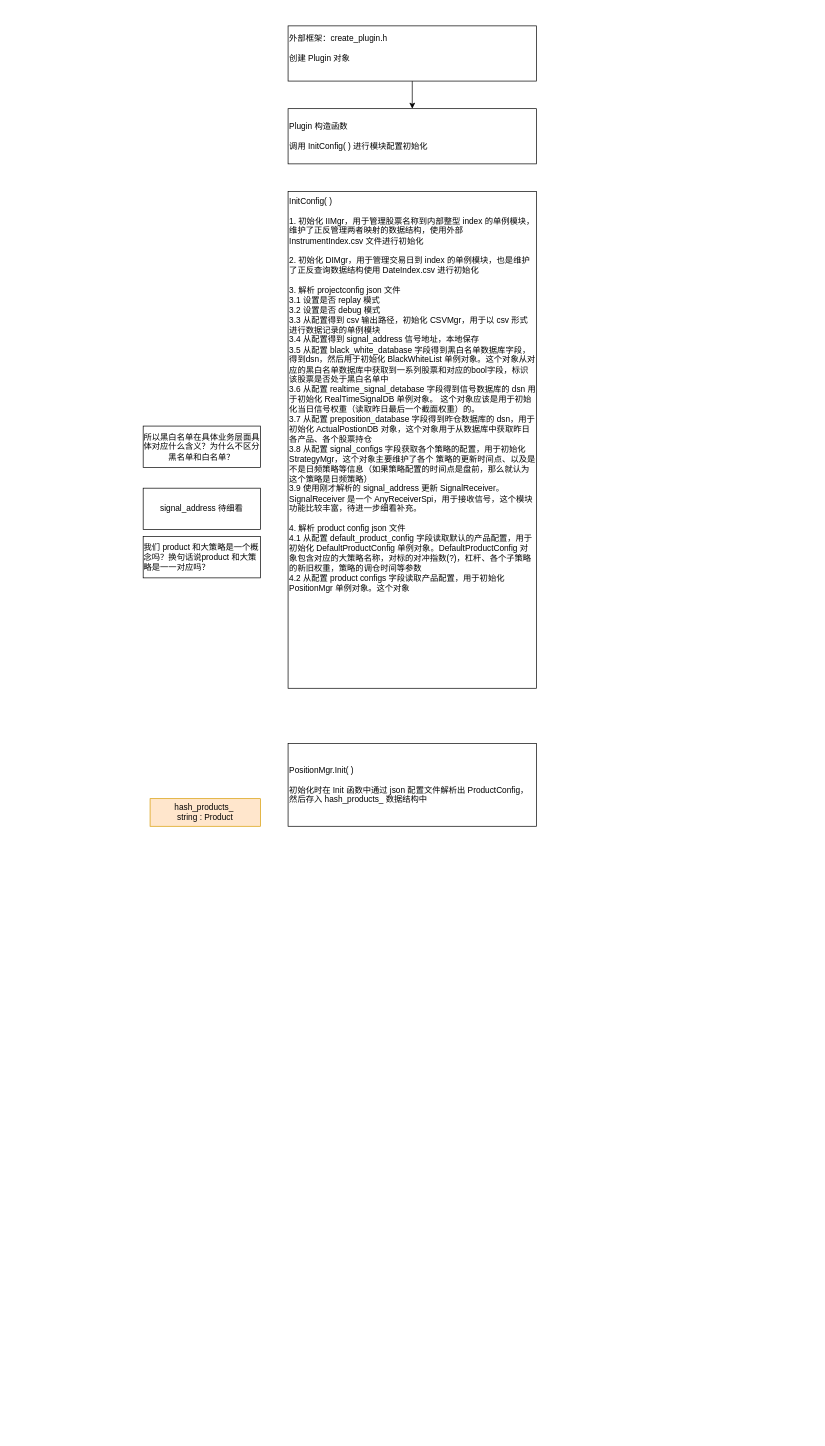
Above: page "流程" (2 of 2) of mario.drawio in zhaxd123/drawio (draw.io), before the change. Source tidied: cells renumbered, new cells numbered last; positions are measured from the earlier drawing's top-left corner, leaving out a move shared by most shapes. Both pictures are drawn from the tidied source at 69%, with x=0, y=0 at pixel (143, 26).
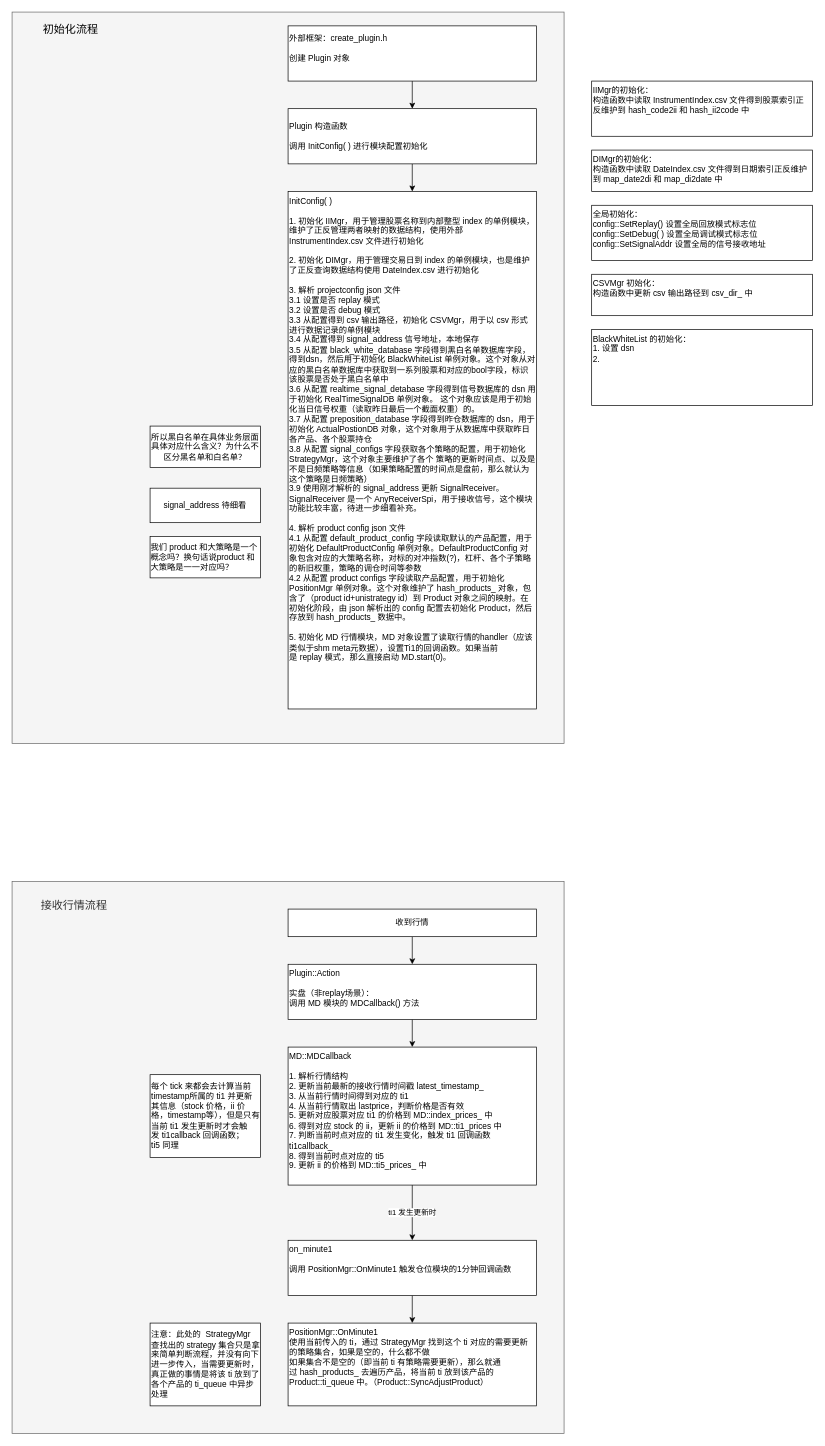
After the change.

The change refers to these unchanged cells:
```xml
<mxCell id="4" value="Plugin&amp;nbsp;构造函数&lt;div&gt;&lt;br&gt;&lt;/div&gt;&lt;div&gt;调用 InitConfig( )&amp;nbsp;进行模块配置初始化&lt;/div&gt;" style="rounded=0;whiteSpace=wrap;html=1;align=left;" parent="1" vertex="1">
  <mxGeometry x="210" y="120" width="360" height="80" as="geometry" />
</mxCell>
```

The edit, as a diff of the source:
```diff
@@
-    <mxCell id="2" value="PositionMgr.Init( )&lt;div&gt;&lt;div&gt;&lt;br&gt;&lt;/div&gt;&lt;div&gt;初始化时在 Init 函数中通过 json 配置文件解析出&amp;nbsp;ProductConfig，然后存入&amp;nbsp;hash_products_&amp;nbsp;数据结构中&amp;nbsp;&lt;/div&gt;&lt;/div&gt;" style="rounded=0;whiteSpace=wrap;html=1;align=left;" parent="1" vertex="1">
-      <mxGeometry x="210" y="1040" width="360" height="120" as="geometry" />
-    </mxCell>
-    <mxCell id="3" value="&lt;span style=&quot;text-align: left;&quot;&gt;hash_products_&amp;nbsp;&lt;/span&gt;&lt;div&gt;&lt;span style=&quot;text-align: left;&quot;&gt;string : Product&lt;/span&gt;&lt;/div&gt;" style="rounded=0;whiteSpace=wrap;html=1;fillColor=#ffe6cc;strokeColor=#d79b00;" parent="1" vertex="1">
-      <mxGeometry x="10" y="1120" width="160" height="40" as="geometry" />
-    </mxCell>
+    <mxCell id="11" style="rounded=0;whiteSpace=wrap;html=1;fillColor=#f5f5f5;fontColor=#333333;strokeColor=#666666;align=left;verticalAlign=top;" parent="1" vertex="1">
+      <mxGeometry x="-190" y="1240" width="800" height="800" as="geometry" />
+    </mxCell>
+    <mxCell id="12" style="rounded=0;whiteSpace=wrap;html=1;fillColor=#f5f5f5;fontColor=#333333;strokeColor=#666666;" parent="1" vertex="1">
+      <mxGeometry x="-190" y="-20" width="800" height="1060" as="geometry" />
+    </mxCell>
+    <mxCell id="13" style="edgeStyle=orthogonalEdgeStyle;rounded=0;jettySize=auto;html=1;" parent="1" edge="1" source="4" target="7">
+      <mxGeometry relative="1" as="geometry" />
+    </mxCell>
@@
-    <mxCell id="7" value="&lt;div&gt;InitConfig( )&lt;/div&gt;&lt;div&gt;&lt;br&gt;&lt;/div&gt;&lt;div&gt;1.&amp;nbsp;初始化 IIMgr，用于管理股票名称到内部整型 index&amp;nbsp;的单例模块，维护了正反管理两者映射的数据结构，使用外部 InstrumentIndex.csv&amp;nbsp;文件进行初始化&lt;/div&gt;&lt;div&gt;&lt;br&gt;&lt;/div&gt;&lt;div&gt;2.&amp;nbsp;初始化 DIMgr，用于管理交易日到&amp;nbsp;index&amp;nbsp;的单例模块，也是维护了正反&lt;span style=&quot;background-color: transparent; color: light-dark(rgb(0, 0, 0), rgb(255, 255, 255));&quot;&gt;查询&lt;/span&gt;&lt;span style=&quot;background-color: transparent; color: light-dark(rgb(0, 0, 0), rgb(255, 255, 255));&quot;&gt;数据结构使用 DateIndex.csv&amp;nbsp;进行初始化&lt;/span&gt;&lt;/div&gt;&lt;div&gt;&lt;span style=&quot;background-color: transparent; color: light-dark(rgb(0, 0, 0), rgb(255, 255, 255));&quot;&gt;&lt;br&gt;&lt;/span&gt;&lt;/div&gt;&lt;div&gt;&lt;span style=&quot;background-color: transparent; color: light-dark(rgb(0, 0, 0), rgb(255, 255, 255));&quot;&gt;3.&amp;nbsp;解析&amp;nbsp;projectconfig&amp;nbsp;json&amp;nbsp;文件&lt;/span&gt;&lt;/div&gt;&lt;div&gt;&lt;span style=&quot;background-color: transparent; color: light-dark(rgb(0, 0, 0), rgb(255, 255, 255));&quot;&gt;3.1&amp;nbsp;设置是否 replay&amp;nbsp;模式&lt;/span&gt;&lt;/div&gt;&lt;div&gt;&lt;span style=&quot;background-color: transparent; color: light-dark(rgb(0, 0, 0), rgb(255, 255, 255));&quot;&gt;3.2&amp;nbsp;设置是否&amp;nbsp;debug&amp;nbsp;模式&lt;/span&gt;&lt;/div&gt;&lt;div&gt;&lt;span style=&quot;background-color: transparent; color: light-dark(rgb(0, 0, 0), rgb(255, 255, 255));&quot;&gt;3.3&amp;nbsp;从配置得到 csv&amp;nbsp;输出路径，初始化 CSVMgr，用于以&amp;nbsp;csv&amp;nbsp;形式进行数据记录的单例模块&lt;/span&gt;&lt;/div&gt;&lt;div&gt;&lt;span style=&quot;background-color: transparent; color: light-dark(rgb(0, 0, 0), rgb(255, 255, 255));&quot;&gt;3.4&amp;nbsp;从配置得到&amp;nbsp;signal_address&amp;nbsp;信号地址，本地保存&lt;/span&gt;&lt;/div&gt;&lt;div&gt;&lt;span style=&quot;background-color: transparent; color: light-dark(rgb(0, 0, 0), rgb(255, 255, 255));&quot;&gt;3.5&amp;nbsp;从配置&amp;nbsp;black_white_database&amp;nbsp;字段得到黑白名单数据库字段，得到dsn，然后用于初始化 BlackWhiteList&amp;nbsp;单例对象。这个对象从对应的黑白名单数据库中获取到一系列股票和对应的bool字段，标识该股票是否处于黑白名单中&lt;/span&gt;&lt;/div&gt;&lt;div&gt;&lt;span style=&quot;background-color: transparent; color: light-dark(rgb(0, 0, 0), rgb(255, 255, 255));&quot;&gt;3.6&amp;nbsp;从配置&amp;nbsp;realtime_signal_detabase&amp;nbsp;字段得到信号数据库的 dsn&amp;nbsp;用于初始化 RealTimeSignalDB&amp;nbsp;单例对象。&amp;nbsp;这个对象应该是用于初始化当日信号权重（读取昨日最后一个截面权重）的。&lt;/span&gt;&lt;/div&gt;&lt;div&gt;&lt;span style=&quot;background-color: transparent; color: light-dark(rgb(0, 0, 0), rgb(255, 255, 255));&quot;&gt;3.7&amp;nbsp;从配置 preposition_database&amp;nbsp;字段得到昨仓数据库的 dsn，用于初始化 ActualPostionDB&amp;nbsp;对象，这个对象用于从数据库中获取昨日各产品、各个股票持仓&lt;/span&gt;&lt;/div&gt;&lt;div&gt;&lt;span style=&quot;background-color: transparent; color: light-dark(rgb(0, 0, 0), rgb(255, 255, 255));&quot;&gt;3.8&amp;nbsp;从配置&amp;nbsp;signal_configs&amp;nbsp;字段获取各个策略的配置，用于初始化 StrategyMgr，这个对象主要维护了各个&amp;nbsp;策略的更新时间点、以及是不是日频策略等信息（如果策略配置的时间点是盘前，那么就认为这个策略是日频策略）&lt;/span&gt;&lt;/div&gt;&lt;div&gt;&lt;span style=&quot;background-color: transparent; color: light-dark(rgb(0, 0, 0), rgb(255, 255, 255));&quot;&gt;3.9&amp;nbsp;使用刚才解析的&amp;nbsp;signal_address&amp;nbsp;更新 SignalReceiver。&lt;/span&gt;&lt;span style=&quot;background-color: transparent; color: light-dark(rgb(0, 0, 0), rgb(255, 255, 255));&quot;&gt;SignalReceiver&amp;nbsp;是一个 AnyReceiverSpi，用于接收信号，这个模块功能比较丰富，待进一步细看补充。&lt;/span&gt;&lt;/div&gt;&lt;div&gt;&lt;span style=&quot;background-color: transparent; color: light-dark(rgb(0, 0, 0), rgb(255, 255, 255));&quot;&gt;&lt;br&gt;&lt;/span&gt;&lt;/div&gt;&lt;div&gt;4.&amp;nbsp;解析&amp;nbsp;product&amp;nbsp;config&amp;nbsp;json 文件&lt;/div&gt;&lt;div&gt;4.1&amp;nbsp;从配置&amp;nbsp;default_product_config&amp;nbsp;字段读取默认的产品配置，用于初始化 DefaultProductConfig&amp;nbsp;单例对象。&lt;span style=&quot;background-color: transparent; color: light-dark(rgb(0, 0, 0), rgb(255, 255, 255));&quot;&gt;DefaultProductConfig&amp;nbsp;对象包含对应的大策略名称，对标的对冲指数(?)，杠杆、各个子策略的新旧权重，策略的调仓时间等参数&lt;/span&gt;&lt;/div&gt;&lt;div&gt;4.2&amp;nbsp;从配置&amp;nbsp;product&amp;nbsp;configs&amp;nbsp;字段读取产品配置，用于初始化 PositionMgr&amp;nbsp;单例对象。这个对象&lt;/div&gt;" style="rounded=0;whiteSpace=wrap;html=1;align=left;verticalAlign=top;" parent="1" vertex="1">
-      <mxGeometry x="210" y="240" width="360" height="720" as="geometry" />
+    <mxCell id="7" value="&lt;div&gt;InitConfig( )&lt;/div&gt;&lt;div&gt;&lt;br&gt;&lt;/div&gt;&lt;div&gt;1.&amp;nbsp;初始化 IIMgr，用于管理股票名称到内部整型 index&amp;nbsp;的单例模块，维护了正反管理两者映射的数据结构，使用外部 InstrumentIndex.csv&amp;nbsp;文件进行初始化&lt;/div&gt;&lt;div&gt;&lt;br&gt;&lt;/div&gt;&lt;div&gt;2.&amp;nbsp;初始化 DIMgr，用于管理交易日到&amp;nbsp;index&amp;nbsp;的单例模块，也是维护了正反&lt;span style=&quot;background-color: transparent; color: light-dark(rgb(0, 0, 0), rgb(255, 255, 255));&quot;&gt;查询&lt;/span&gt;&lt;span style=&quot;background-color: transparent; color: light-dark(rgb(0, 0, 0), rgb(255, 255, 255));&quot;&gt;数据结构使用 DateIndex.csv&amp;nbsp;进行初始化&lt;/span&gt;&lt;/div&gt;&lt;div&gt;&lt;span style=&quot;background-color: transparent; color: light-dark(rgb(0, 0, 0), rgb(255, 255, 255));&quot;&gt;&lt;br&gt;&lt;/span&gt;&lt;/div&gt;&lt;div&gt;&lt;span style=&quot;background-color: transparent; color: light-dark(rgb(0, 0, 0), rgb(255, 255, 255));&quot;&gt;3.&amp;nbsp;解析&amp;nbsp;projectconfig&amp;nbsp;json&amp;nbsp;文件&lt;/span&gt;&lt;/div&gt;&lt;div&gt;&lt;span style=&quot;background-color: transparent; color: light-dark(rgb(0, 0, 0), rgb(255, 255, 255));&quot;&gt;3.1&amp;nbsp;设置是否 replay&amp;nbsp;模式&lt;/span&gt;&lt;/div&gt;&lt;div&gt;&lt;span style=&quot;background-color: transparent; color: light-dark(rgb(0, 0, 0), rgb(255, 255, 255));&quot;&gt;3.2&amp;nbsp;设置是否&amp;nbsp;debug&amp;nbsp;模式&lt;/span&gt;&lt;/div&gt;&lt;div&gt;&lt;span style=&quot;background-color: transparent; color: light-dark(rgb(0, 0, 0), rgb(255, 255, 255));&quot;&gt;3.3&amp;nbsp;从配置得到 csv&amp;nbsp;输出路径，初始化 CSVMgr，用于以&amp;nbsp;csv&amp;nbsp;形式进行数据记录的单例模块&lt;/span&gt;&lt;/div&gt;&lt;div&gt;&lt;span style=&quot;background-color: transparent; color: light-dark(rgb(0, 0, 0), rgb(255, 255, 255));&quot;&gt;3.4&amp;nbsp;从配置得到&amp;nbsp;signal_address&amp;nbsp;信号地址，本地保存&lt;/span&gt;&lt;/div&gt;&lt;div&gt;&lt;span style=&quot;background-color: transparent; color: light-dark(rgb(0, 0, 0), rgb(255, 255, 255));&quot;&gt;3.5&amp;nbsp;从配置&amp;nbsp;black_white_database&amp;nbsp;字段得到黑白名单数据库字段，得到dsn，然后用于初始化 BlackWhiteList&amp;nbsp;单例对象。这个对象从对应的黑白名单数据库中获取到一系列股票和对应的bool字段，标识该股票是否处于黑白名单中&lt;/span&gt;&lt;/div&gt;&lt;div&gt;&lt;span style=&quot;background-color: transparent; color: light-dark(rgb(0, 0, 0), rgb(255, 255, 255));&quot;&gt;3.6&amp;nbsp;从配置&amp;nbsp;realtime_signal_detabase&amp;nbsp;字段得到信号数据库的 dsn&amp;nbsp;用于初始化 RealTimeSignalDB&amp;nbsp;单例对象。&amp;nbsp;这个对象应该是用于初始化当日信号权重（读取昨日最后一个截面权重）的。&lt;/span&gt;&lt;/div&gt;&lt;div&gt;&lt;span style=&quot;background-color: transparent; color: light-dark(rgb(0, 0, 0), rgb(255, 255, 255));&quot;&gt;3.7&amp;nbsp;从配置 preposition_database&amp;nbsp;字段得到昨仓数据库的 dsn，用于初始化 ActualPostionDB&amp;nbsp;对象，这个对象用于从数据库中获取昨日各产品、各个股票持仓&lt;/span&gt;&lt;/div&gt;&lt;div&gt;&lt;span style=&quot;background-color: transparent; color: light-dark(rgb(0, 0, 0), rgb(255, 255, 255));&quot;&gt;3.8&amp;nbsp;从配置&amp;nbsp;signal_configs&amp;nbsp;字段获取各个策略的配置，用于初始化 StrategyMgr，这个对象主要维护了各个&amp;nbsp;策略的更新时间点、以及是不是日频策略等信息（如果策略配置的时间点是盘前，那么就认为这个策略是日频策略）&lt;/span&gt;&lt;/div&gt;&lt;div&gt;&lt;span style=&quot;background-color: transparent; color: light-dark(rgb(0, 0, 0), rgb(255, 255, 255));&quot;&gt;3.9&amp;nbsp;使用刚才解析的&amp;nbsp;signal_address&amp;nbsp;更新 SignalReceiver。&lt;/span&gt;&lt;span style=&quot;background-color: transparent; color: light-dark(rgb(0, 0, 0), rgb(255, 255, 255));&quot;&gt;SignalReceiver&amp;nbsp;是一个 AnyReceiverSpi，用于接收信号，这个模块功能比较丰富，待进一步细看补充。&lt;/span&gt;&lt;/div&gt;&lt;div&gt;&lt;span style=&quot;background-color: transparent; color: light-dark(rgb(0, 0, 0), rgb(255, 255, 255));&quot;&gt;&lt;br&gt;&lt;/span&gt;&lt;/div&gt;&lt;div&gt;4.&amp;nbsp;解析&amp;nbsp;product&amp;nbsp;config&amp;nbsp;json 文件&lt;/div&gt;&lt;div&gt;4.1&amp;nbsp;从配置&amp;nbsp;default_product_config&amp;nbsp;字段读取默认的产品配置，用于初始化 DefaultProductConfig&amp;nbsp;单例对象。&lt;span style=&quot;background-color: transparent; color: light-dark(rgb(0, 0, 0), rgb(255, 255, 255));&quot;&gt;DefaultProductConfig&amp;nbsp;对象包含对应的大策略名称，对标的对冲指数(?)，杠杆、各个子策略的新旧权重，策略的调仓时间等参数&lt;/span&gt;&lt;/div&gt;&lt;div&gt;4.2&amp;nbsp;从配置&amp;nbsp;product&amp;nbsp;configs&amp;nbsp;字段读取产品配置，用于初始化 PositionMgr&amp;nbsp;单例对象。这个对象维护了&amp;nbsp;hash_products_&amp;nbsp;对象，包含了（product id+unistrategy id）到 Product&amp;nbsp;对象之间的映射。在初始化阶段，由&amp;nbsp;json&amp;nbsp;解析出的 config&amp;nbsp;配置去初始化 Product，然后存放到&amp;nbsp;hash_products_&amp;nbsp;数据中。&lt;/div&gt;&lt;div&gt;&lt;br&gt;&lt;/div&gt;&lt;div&gt;5.&amp;nbsp;初始化 MD 行情模块，MD 对象设置了读取行情的handler（应该类似于shm&amp;nbsp;meta元数据），设置Ti1的回调函数。如果当前是&amp;nbsp;replay&amp;nbsp;模式，那么直接启动 MD.start(0)。&lt;/div&gt;" style="rounded=0;whiteSpace=wrap;html=1;align=left;verticalAlign=top;" parent="1" vertex="1">
+      <mxGeometry x="210" y="240" width="360" height="750" as="geometry" />
     </mxCell>
     <mxCell id="8" value="所以黑白名单在具体业务层面具体对应什么含义？为什么不区分黑名单和白名单？" style="rounded=0;whiteSpace=wrap;html=1;" parent="1" vertex="1">
-      <mxGeometry y="580" width="170" height="60" as="geometry" />
+      <mxGeometry x="10" y="580" width="160" height="60" as="geometry" />
     </mxCell>
     <mxCell id="9" value="&lt;span style=&quot;text-align: left;&quot;&gt;signal_address&amp;nbsp;待细看&lt;/span&gt;" style="rounded=0;whiteSpace=wrap;html=1;" parent="1" vertex="1">
-      <mxGeometry y="670" width="170" height="60" as="geometry" />
+      <mxGeometry x="10" y="670" width="160" height="50" as="geometry" />
     </mxCell>
     <mxCell id="10" value="&lt;div style=&quot;text-align: left;&quot;&gt;&lt;span style=&quot;background-color: transparent; color: light-dark(rgb(0, 0, 0), rgb(255, 255, 255));&quot;&gt;我们&amp;nbsp;product&amp;nbsp;和大策略是一个概念吗？换句话说product&amp;nbsp;和大策略是一一对应吗？&lt;/span&gt;&lt;/div&gt;" style="rounded=0;whiteSpace=wrap;html=1;" parent="1" vertex="1">
-      <mxGeometry y="740" width="170" height="60" as="geometry" />
+      <mxGeometry x="10" y="740" width="160" height="60" as="geometry" />
     </mxCell>
+    <mxCell id="14" value="&lt;font style=&quot;font-size: 16px;&quot;&gt;初始化流程&lt;/font&gt;" style="text;html=1;align=center;verticalAlign=middle;whiteSpace=wrap;rounded=0;" parent="1" vertex="1">
+      <mxGeometry x="-160" y="-10" width="110" height="30" as="geometry" />
+    </mxCell>
+    <mxCell id="15" style="edgeStyle=orthogonalEdgeStyle;rounded=0;jettySize=auto;html=1;" parent="1" edge="1" source="16" target="18">
+      <mxGeometry relative="1" as="geometry" />
+    </mxCell>
+    <mxCell id="16" value="收到行情" style="rounded=0;whiteSpace=wrap;html=1;" parent="1" vertex="1">
+      <mxGeometry x="210" y="1280" width="360" height="40" as="geometry" />
+    </mxCell>
+    <mxCell id="17" style="edgeStyle=orthogonalEdgeStyle;rounded=0;jettySize=auto;html=1;" parent="1" edge="1" source="18" target="20">
+      <mxGeometry relative="1" as="geometry" />
+    </mxCell>
+    <mxCell id="18" value="Plugin::Action&lt;div&gt;&lt;br&gt;&lt;/div&gt;&lt;div&gt;实盘（非replay场景）：&lt;div&gt;调用 MD&amp;nbsp;模块的 MDCallback()&amp;nbsp;方法&lt;/div&gt;&lt;/div&gt;" style="rounded=0;whiteSpace=wrap;html=1;align=left;verticalAlign=top;" parent="1" vertex="1">
+      <mxGeometry x="210" y="1360" width="360" height="80" as="geometry" />
+    </mxCell>
+    <mxCell id="19" value="ti1&amp;nbsp;发生更新时" style="edgeStyle=orthogonalEdgeStyle;rounded=0;jettySize=auto;html=1;" parent="1" edge="1" source="20" target="23">
+      <mxGeometry relative="1" as="geometry" />
+    </mxCell>
+    <mxCell id="20" value="MD::MDCallback&lt;div&gt;&lt;br&gt;&lt;/div&gt;&lt;div&gt;1. 解析行情结构&lt;/div&gt;&lt;div&gt;2.&amp;nbsp;更新当前最新的接收行情时间戳&amp;nbsp;latest_timestamp_&lt;/div&gt;&lt;div&gt;3.&amp;nbsp;从当前行情时间得到对应的&amp;nbsp;ti1&lt;/div&gt;&lt;div&gt;4.&amp;nbsp;从当前行情取出&amp;nbsp;lastprice，判断价格是否有效&lt;/div&gt;&lt;div&gt;5.&amp;nbsp;更新对应股票对应 ti1 的价格到 MD::index_prices_ 中&lt;/div&gt;&lt;div&gt;6.&amp;nbsp;得到对应&amp;nbsp;stock&amp;nbsp;的&amp;nbsp;ii，更新 ii 的价格到 MD::ti1_prices 中&lt;/div&gt;&lt;div&gt;7.&amp;nbsp;判断当前时点对应的&amp;nbsp;ti1&amp;nbsp;发生变化，触发&amp;nbsp;ti1&amp;nbsp;回调函数 ti1callback_&lt;/div&gt;&lt;div&gt;8.&amp;nbsp;得到当前时点对应的&amp;nbsp;ti5&lt;/div&gt;&lt;div&gt;9.&amp;nbsp;更新&amp;nbsp;ii&amp;nbsp;的价格到 MD::ti5_prices_&amp;nbsp;中&lt;/div&gt;&lt;div&gt;&lt;br&gt;&lt;/div&gt;" style="rounded=0;whiteSpace=wrap;html=1;align=left;verticalAlign=top;" parent="1" vertex="1">
+      <mxGeometry x="210" y="1480" width="360" height="200" as="geometry" />
+    </mxCell>
+    <mxCell id="21" value="每个&amp;nbsp;tick&amp;nbsp;来都会去计算当前timestamp所属的 ti1 并更新其信息（stock&amp;nbsp;价格，ii&amp;nbsp;价格，timestamp等），但是只有当前&amp;nbsp;ti1&amp;nbsp;发生更新时才会触发&amp;nbsp;ti1callback&amp;nbsp;回调函数；ti5&amp;nbsp;同理" style="rounded=0;whiteSpace=wrap;html=1;align=left;" parent="1" vertex="1">
+      <mxGeometry x="10" y="1520" width="160" height="120" as="geometry" />
+    </mxCell>
+    <mxCell id="22" style="edgeStyle=orthogonalEdgeStyle;rounded=0;jettySize=auto;html=1;" parent="1" edge="1" source="23" target="24">
+      <mxGeometry relative="1" as="geometry" />
+    </mxCell>
+    <mxCell id="23" value="&lt;div&gt;on_minute1&lt;/div&gt;&lt;div&gt;&lt;br&gt;&lt;/div&gt;&lt;div&gt;调用 PositionMgr::OnMinute1&amp;nbsp;触发仓位模块的1分钟回调函数&lt;/div&gt;&lt;div&gt;&lt;br&gt;&lt;/div&gt;" style="rounded=0;whiteSpace=wrap;html=1;align=left;verticalAlign=top;" parent="1" vertex="1">
+      <mxGeometry x="210" y="1760" width="360" height="80" as="geometry" />
+    </mxCell>
+    <mxCell id="24" value="&lt;div&gt;PositionMgr::OnMinute1&lt;/div&gt;&lt;div&gt;使用当前传入的 ti，通过 StrategyMgr 找到这个 ti&amp;nbsp;对应的需要更新的策略集合，如果是空的，什么都不做&lt;/div&gt;&lt;div&gt;如果集合不是空的（即当前&amp;nbsp;ti&amp;nbsp;有策略需要更新），那么就通过&amp;nbsp;hash_products_&amp;nbsp;去遍历产品，将当前&amp;nbsp;ti&amp;nbsp;放到该产品的 Product::ti_queue 中。（&lt;span style=&quot;background-color: transparent; color: light-dark(rgb(0, 0, 0), rgb(255, 255, 255));&quot;&gt;Product::SyncAdjustProduct&lt;/span&gt;&lt;span style=&quot;background-color: transparent; color: light-dark(rgb(0, 0, 0), rgb(255, 255, 255));&quot;&gt;）&lt;/span&gt;&lt;/div&gt;&lt;div&gt;&lt;br&gt;&lt;/div&gt;&lt;div&gt;&lt;br&gt;&lt;/div&gt;" style="rounded=0;whiteSpace=wrap;html=1;align=left;verticalAlign=top;" parent="1" vertex="1">
+      <mxGeometry x="210" y="1880" width="360" height="120" as="geometry" />
+    </mxCell>
+    <mxCell id="25" value="注意：此处的&amp;nbsp; StrategyMgr&amp;nbsp; 查找出的 strategy&amp;nbsp;集合只是拿来简单判断流程，并没有向下进一步传入，当需要更新时，真正做的事情是将该&amp;nbsp;ti&amp;nbsp;放到了各个产品的&amp;nbsp;ti_queue&amp;nbsp;中异步处理" style="rounded=0;whiteSpace=wrap;html=1;align=left;" parent="1" vertex="1">
+      <mxGeometry x="10" y="1880" width="160" height="120" as="geometry" />
+    </mxCell>
+    <mxCell id="26" value="&lt;span style=&quot;color: rgb(51, 51, 51); text-align: left;&quot;&gt;&lt;font style=&quot;font-size: 16px;&quot;&gt;接收行情流程&lt;/font&gt;&lt;/span&gt;" style="text;html=1;align=center;verticalAlign=middle;whiteSpace=wrap;rounded=0;" parent="1" vertex="1">
+      <mxGeometry x="-160" y="1260" width="120" height="30" as="geometry" />
+    </mxCell>
+    <mxCell id="27" value="IIMgr的初始化：&lt;div&gt;构造函数中读取 InstrumentIndex.csv&amp;nbsp;文件得到股票索引正反维护到 hash_code2ii&amp;nbsp;和 hash_ii2code&amp;nbsp;中&lt;/div&gt;&lt;div&gt;&lt;br&gt;&lt;div&gt;&lt;br&gt;&lt;/div&gt;&lt;/div&gt;" style="rounded=0;whiteSpace=wrap;html=1;align=left;verticalAlign=top;" parent="1" vertex="1">
+      <mxGeometry x="650" y="80" width="320" height="80" as="geometry" />
+    </mxCell>
+    <mxCell id="28" value="DIMgr的初始化：&lt;div&gt;构造函数中读取 DateIndex.csv&amp;nbsp;文件得到日期索引正反维护到&amp;nbsp;map_date2di&amp;nbsp;和 map_di2date&amp;nbsp;中&lt;/div&gt;&lt;div&gt;&lt;br&gt;&lt;div&gt;&lt;br&gt;&lt;/div&gt;&lt;/div&gt;" style="rounded=0;whiteSpace=wrap;html=1;align=left;verticalAlign=top;" parent="1" vertex="1">
+      <mxGeometry x="650" y="180" width="320" height="60" as="geometry" />
+    </mxCell>
+    <mxCell id="29" value="全局初始化：&lt;div&gt;config::SetReplay()&amp;nbsp;设置全局回放模式标志位&lt;/div&gt;&lt;div&gt;config::SetDebug( )&amp;nbsp;设置全局调试模式标志位&lt;/div&gt;&lt;div&gt;config::SetSignalAddr&amp;nbsp;设置全局的信号接收地址&lt;/div&gt;" style="rounded=0;whiteSpace=wrap;html=1;align=left;verticalAlign=top;" parent="1" vertex="1">
+      <mxGeometry x="650" y="260" width="320" height="80" as="geometry" />
+    </mxCell>
+    <mxCell id="30" value="CSVMgr 初始化：&lt;div&gt;构造函数中更新&amp;nbsp;csv&amp;nbsp;输出路径到 csv_dir_&amp;nbsp;中&lt;/div&gt;&lt;div&gt;&lt;br&gt;&lt;/div&gt;" style="rounded=0;whiteSpace=wrap;html=1;align=left;verticalAlign=top;" parent="1" vertex="1">
+      <mxGeometry x="650" y="360" width="320" height="60" as="geometry" />
+    </mxCell>
+    <mxCell id="31" value="&lt;div&gt;BlackWhiteList 的初始化：&lt;/div&gt;&lt;div&gt;1.&amp;nbsp;设置&amp;nbsp;dsn&lt;/div&gt;&lt;div&gt;2.&amp;nbsp;&lt;/div&gt;" style="rounded=0;whiteSpace=wrap;html=1;align=left;verticalAlign=top;" parent="1" vertex="1">
+      <mxGeometry x="650" y="440" width="320" height="110" as="geometry" />
+    </mxCell>
```
